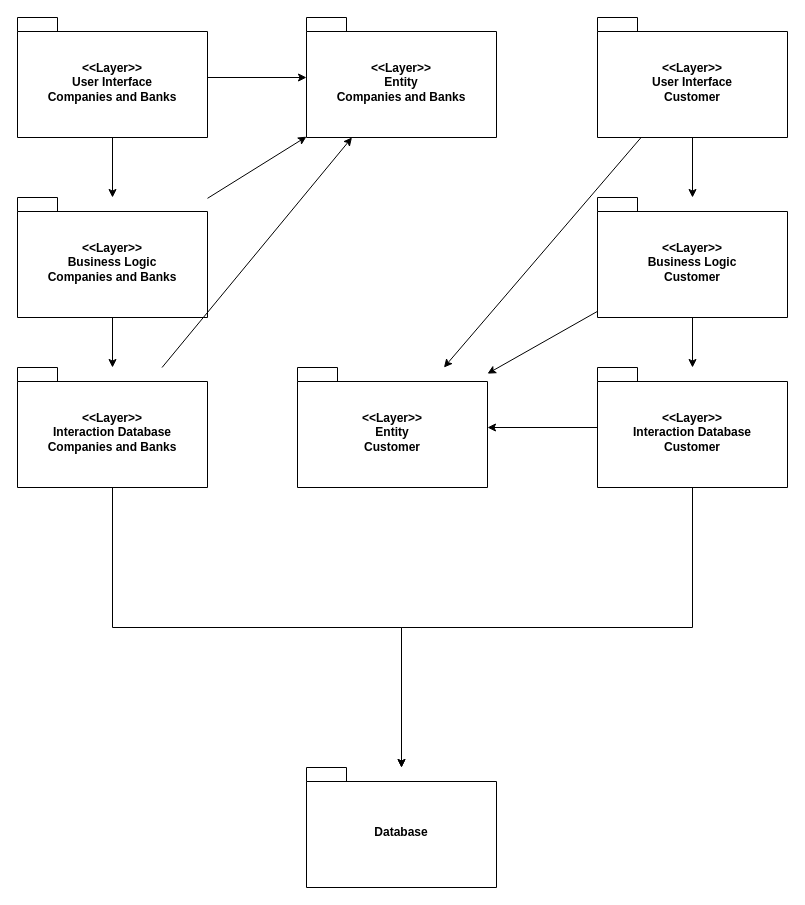
This is page "Pacote-v1" (3 of 3) of Projeto/Diagramas.drawio from ericdiniz/LDS-LAB02, a draw.io file, before an edit. Source tidied: cells renumbered, new cells numbered last; positions are measured from the earlier drawing's top-left corner, leaving out a move shared by most shapes. Both pictures are drawn from the tidied source at 100%, with x=0, y=0 at pixel (17, 17).
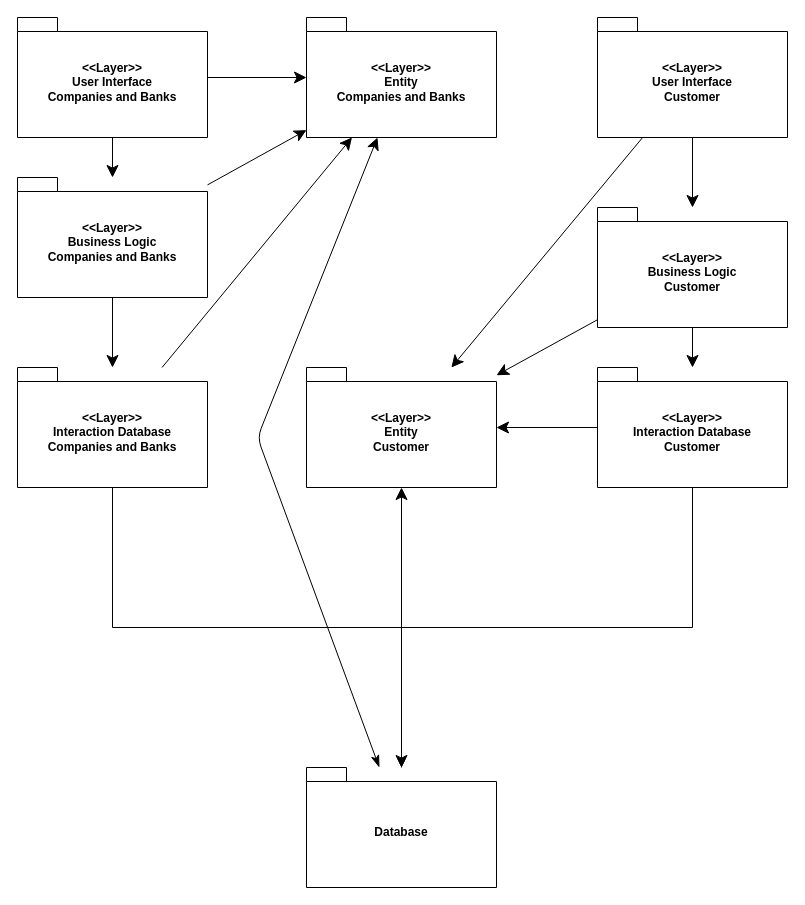
The same diagram, later.

Commit message:
update diagramas de pacotes

Unchanged cells that the change refers to:
```xml
<mxCell id="4" value="&amp;lt;&amp;lt;Layer&amp;gt;&amp;gt;&lt;br&gt;User Interface&lt;br&gt;Companies and Banks" style="shape=folder;fontStyle=1;spacingTop=10;tabWidth=40;tabHeight=14;tabPosition=left;html=1;whiteSpace=wrap;" parent="1" vertex="1">
  <mxGeometry width="190" height="120" as="geometry" />
</mxCell>
<mxCell id="10" value="&amp;lt;&amp;lt;Layer&amp;gt;&amp;gt;&lt;br&gt;Interaction Database&lt;br&gt;Companies and Banks" style="shape=folder;fontStyle=1;spacingTop=10;tabWidth=40;tabHeight=14;tabPosition=left;html=1;whiteSpace=wrap;" parent="1" vertex="1">
  <mxGeometry y="350" width="190" height="120" as="geometry" />
</mxCell>
<mxCell id="11" value="Database" style="shape=folder;fontStyle=1;spacingTop=10;tabWidth=40;tabHeight=14;tabPosition=left;html=1;whiteSpace=wrap;" parent="1" vertex="1">
  <mxGeometry x="289" y="750" width="190" height="120" as="geometry" />
</mxCell>
<mxCell id="14" value="&amp;lt;&amp;lt;Layer&amp;gt;&amp;gt;&lt;br&gt;User Interface&lt;br&gt;Customer" style="shape=folder;fontStyle=1;spacingTop=10;tabWidth=40;tabHeight=14;tabPosition=left;html=1;whiteSpace=wrap;" parent="1" vertex="1">
  <mxGeometry x="580" width="190" height="120" as="geometry" />
</mxCell>
<mxCell id="20" value="&amp;lt;&amp;lt;Layer&amp;gt;&amp;gt;&lt;br&gt;Interaction Database&lt;br&gt;Customer" style="shape=folder;fontStyle=1;spacingTop=10;tabWidth=40;tabHeight=14;tabPosition=left;html=1;whiteSpace=wrap;" parent="1" vertex="1">
  <mxGeometry x="580" y="350" width="190" height="120" as="geometry" />
</mxCell>
<mxCell id="21" value="&amp;lt;&amp;lt;Layer&amp;gt;&amp;gt;&lt;br&gt;Entity&lt;br&gt;Companies and Banks" style="shape=folder;fontStyle=1;spacingTop=10;tabWidth=40;tabHeight=14;tabPosition=left;html=1;whiteSpace=wrap;" parent="1" vertex="1">
  <mxGeometry x="289" width="190" height="120" as="geometry" />
</mxCell>
```

What changed in the source:
```diff
@@
-    <mxCell id="2" style="edgeStyle=orthogonalEdgeStyle;rounded=0;jettySize=auto;html=1;" parent="1" edge="1" source="4" target="7">
+    <mxCell id="2" style="edgeStyle=orthogonalEdgeStyle;rounded=0;jettySize=auto;html=1;endSize=10;startSize=10;" parent="1" edge="1" source="4" target="7">
       <mxGeometry relative="1" as="geometry" />
     </mxCell>
-    <mxCell id="3" style="rounded=0;jettySize=auto;html=1;" parent="1" edge="1" source="4" target="21">
+    <mxCell id="3" style="rounded=0;jettySize=auto;html=1;endSize=10;startSize=10;" parent="1" edge="1" source="4" target="21">
       <mxGeometry relative="1" as="geometry" />
     </mxCell>
@@
-    <mxCell id="5" style="edgeStyle=orthogonalEdgeStyle;rounded=0;jettySize=auto;html=1;" parent="1" edge="1" source="7" target="10">
+    <mxCell id="5" style="edgeStyle=orthogonalEdgeStyle;rounded=0;jettySize=auto;html=1;endSize=10;startSize=10;" parent="1" edge="1" source="7" target="10">
       <mxGeometry relative="1" as="geometry" />
     </mxCell>
-    <mxCell id="6" style="rounded=0;jettySize=auto;html=1;" parent="1" edge="1" source="7" target="21">
+    <mxCell id="6" style="rounded=0;jettySize=auto;html=1;endSize=10;startSize=10;" parent="1" edge="1" source="7" target="21">
       <mxGeometry relative="1" as="geometry" />
     </mxCell>
     <mxCell id="7" value="&amp;lt;&amp;lt;Layer&amp;gt;&amp;gt;&lt;br&gt;Business Logic&lt;br&gt;Companies and Banks" style="shape=folder;fontStyle=1;spacingTop=10;tabWidth=40;tabHeight=14;tabPosition=left;html=1;whiteSpace=wrap;" parent="1" vertex="1">
-      <mxGeometry y="180" width="190" height="120" as="geometry" />
+      <mxGeometry y="160" width="190" height="120" as="geometry" />
     </mxCell>
@@
-    <mxCell id="9" style="rounded=0;jettySize=auto;html=1;" parent="1" edge="1" source="10" target="21">
+    <mxCell id="9" style="rounded=0;jettySize=auto;html=1;endSize=10;startSize=10;" parent="1" edge="1" source="10" target="21">
       <mxGeometry relative="1" as="geometry" />
     </mxCell>
@@
+    <mxCell id="23" style="edgeStyle=none;html=1;endSize=10;startSize=10;" parent="1" edge="1" source="11" target="22">
+      <mxGeometry relative="1" as="geometry" />
+    </mxCell>
+    <mxCell id="24" style="edgeStyle=none;html=1;startArrow=classicThin;startFill=1;endSize=10;startSize=10;" parent="1" edge="1" source="11" target="21">
+      <mxGeometry relative="1" as="geometry">
+        <Array as="points">
+          <mxPoint x="240" y="420" />
+        </Array>
+      </mxGeometry>
+    </mxCell>
@@
-    <mxCell id="12" style="edgeStyle=orthogonalEdgeStyle;rounded=0;jettySize=auto;html=1;" parent="1" edge="1" source="14" target="17">
+    <mxCell id="12" style="edgeStyle=orthogonalEdgeStyle;rounded=0;jettySize=auto;html=1;endSize=10;startSize=10;" parent="1" edge="1" source="14" target="17">
       <mxGeometry relative="1" as="geometry" />
     </mxCell>
-    <mxCell id="13" style="rounded=0;jettySize=auto;html=1;" parent="1" edge="1" source="14" target="22">
+    <mxCell id="13" style="rounded=0;jettySize=auto;html=1;endSize=10;startSize=10;" parent="1" edge="1" source="14" target="22">
       <mxGeometry relative="1" as="geometry" />
     </mxCell>
@@
-    <mxCell id="15" style="edgeStyle=orthogonalEdgeStyle;rounded=0;jettySize=auto;html=1;" parent="1" edge="1" source="17" target="20">
+    <mxCell id="15" style="edgeStyle=orthogonalEdgeStyle;rounded=0;jettySize=auto;html=1;startSize=10;endSize=10;" parent="1" edge="1" source="17" target="20">
       <mxGeometry relative="1" as="geometry" />
     </mxCell>
-    <mxCell id="16" style="rounded=0;jettySize=auto;html=1;" parent="1" edge="1" source="17" target="22">
+    <mxCell id="16" style="rounded=0;jettySize=auto;html=1;endSize=10;startSize=10;" parent="1" edge="1" source="17" target="22">
       <mxGeometry relative="1" as="geometry" />
     </mxCell>
     <mxCell id="17" value="&amp;lt;&amp;lt;Layer&amp;gt;&amp;gt;&lt;br&gt;Business Logic&lt;br&gt;Customer" style="shape=folder;fontStyle=1;spacingTop=10;tabWidth=40;tabHeight=14;tabPosition=left;html=1;whiteSpace=wrap;" parent="1" vertex="1">
-      <mxGeometry x="580" y="180" width="190" height="120" as="geometry" />
+      <mxGeometry x="580" y="190" width="190" height="120" as="geometry" />
     </mxCell>
-    <mxCell id="18" style="edgeStyle=orthogonalEdgeStyle;rounded=0;jettySize=auto;html=1;" parent="1" edge="1" source="20" target="11">
+    <mxCell id="18" style="edgeStyle=orthogonalEdgeStyle;rounded=0;jettySize=auto;html=1;endSize=10;startSize=10;" parent="1" edge="1" source="20" target="11">
       <mxGeometry relative="1" as="geometry">
         <Array as="points">
           <mxPoint x="675" y="610" />
           <mxPoint x="384" y="610" />
         </Array>
       </mxGeometry>
     </mxCell>
-    <mxCell id="19" style="rounded=0;jettySize=auto;html=1;" parent="1" edge="1" source="20" target="22">
+    <mxCell id="19" style="rounded=0;jettySize=auto;html=1;endSize=10;startSize=10;" parent="1" edge="1" source="20" target="22">
       <mxGeometry relative="1" as="geometry" />
     </mxCell>
@@
     <mxCell id="22" value="&amp;lt;&amp;lt;Layer&amp;gt;&amp;gt;&lt;br&gt;Entity&lt;br&gt;Customer" style="shape=folder;fontStyle=1;spacingTop=10;tabWidth=40;tabHeight=14;tabPosition=left;html=1;whiteSpace=wrap;" parent="1" vertex="1">
-      <mxGeometry x="280" y="350" width="190" height="120" as="geometry" />
+      <mxGeometry x="289" y="350" width="190" height="120" as="geometry" />
     </mxCell>
```
